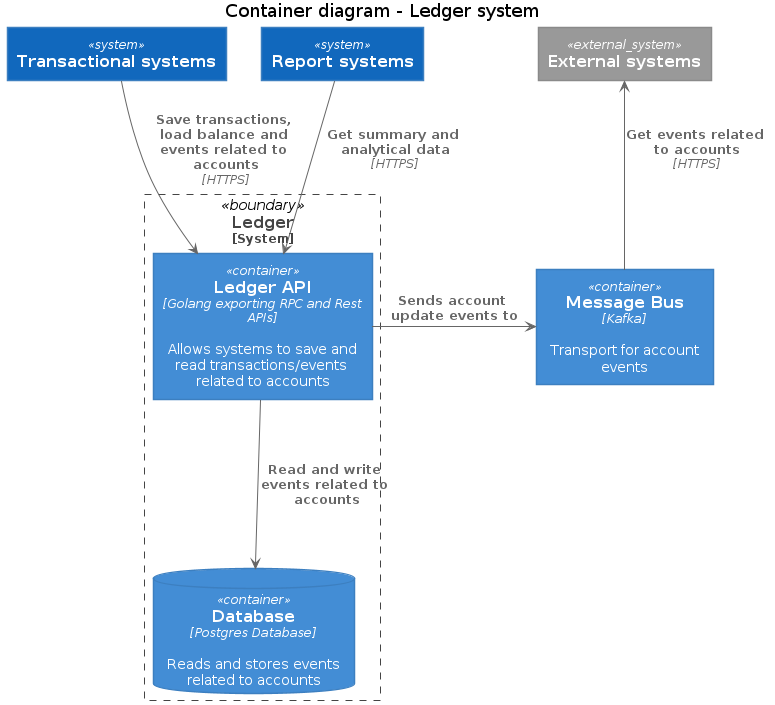
The PlantUML diagram docs/c4model/level_2_step_by_step/level_2_a_container_diagram.png in fernandodr19/the-amazing-ledger, before a commit.
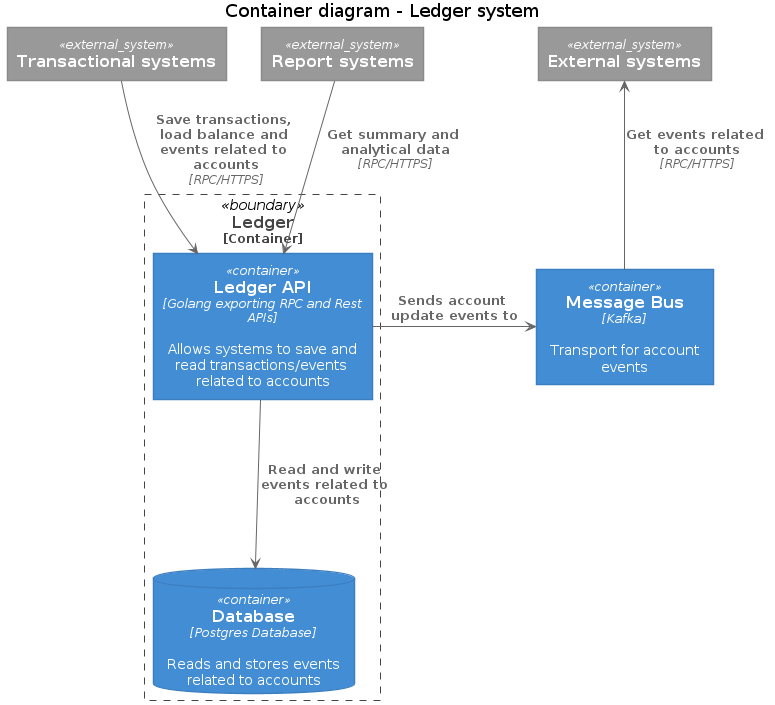
After the change.

The edit, as a diff of the source:
```diff
@@ -3,11 +3,11 @@
 
 title Container diagram - Ledger system
 
-System(transactional_systems, "Transactional systems")
-System(report_systems, "Report systems")
+System_Ext(transactional_systems, "Transactional systems")
+System_Ext(report_systems, "Report systems")
 System_Ext(external_systems, "External systems")
 
-System_Boundary(ledger, "Ledger") {
+Container_Boundary(ledger, "Ledger") {
     Container(ledger_api, "Ledger API", "Golang exporting RPC and Rest APIs", "Allows systems to save and read transactions/events related to accounts")
     ContainerDb(database, "Database", "Postgres Database", "Reads and stores events related to accounts")
 }
@@ -18,9 +18,9 @@
 
 Rel(ledger_api, database, "Read and write events related to accounts")
 
-Rel(transactional_systems, ledger_api, "Save transactions, load balance and events related to accounts", "HTTPS")
+Rel(transactional_systems, ledger_api, "Save transactions, load balance and events related to accounts", "RPC/HTTPS")
 
-Rel(report_systems, ledger_api, "Get summary and analytical data", "HTTPS")
-Rel_Back(external_systems, message_bus, "Get events related to accounts", "HTTPS")
+Rel(report_systems, ledger_api, "Get summary and analytical data", "RPC/HTTPS")
+Rel_Back(external_systems, message_bus, "Get events related to accounts", "RPC/HTTPS")
 
 @enduml
```
